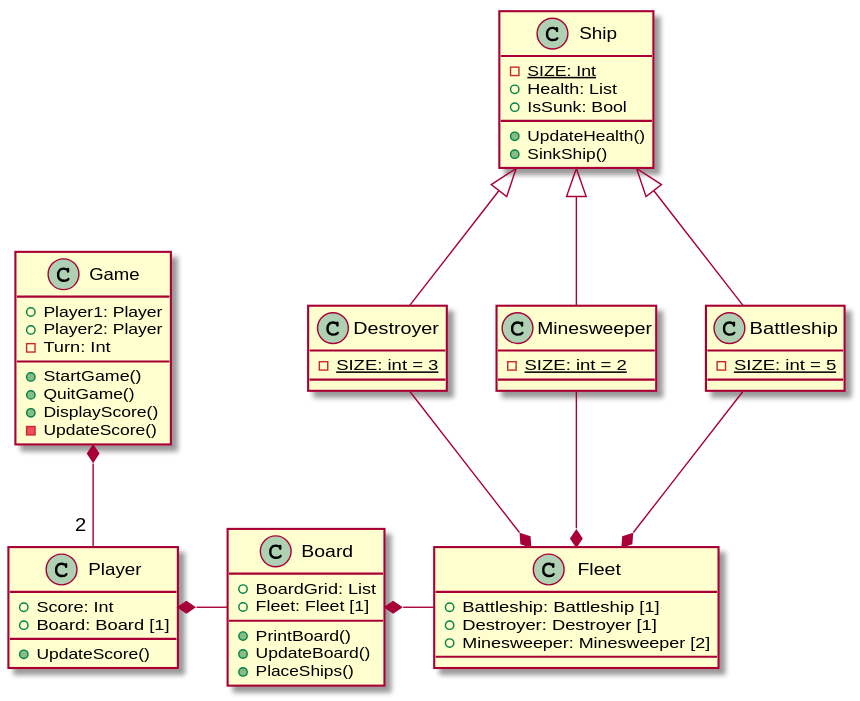
Before: out/BattleshipClass/BattleshipClass.svg, a diagram exported from PlantUML (GudjonIV/T-233-SRAD). The source it was exported from:
```plantuml
@startuml
class Game {
    +Player1: Player
    +Player2: Player
    -Turn: Int
    +StartGame()
    +QuitGame()
    +DisplayScore()
    -UpdateScore()
}

class Board {
    +BoardGrid: List
    +Fleet: Fleet [1]
    +PrintBoard()
    +UpdateBoard()
    +PlaceShips()
}

class Player {
    +Score: Int
    +Board: Board [1]
    +UpdateScore()
}

class Ship {
    -{static}SIZE: Int
    +Health: List
    +IsSunk: Bool
    +UpdateHealth()
    +SinkShip()
}

class Battleship {
    -{static}SIZE: int = 5
}

class Destroyer {
    -{static}SIZE: int = 3
}

class Minesweeper {
    -{static}SIZE: int = 2
}

class Fleet {
    + Battleship: Battleship [1]
    + Destroyer: Destroyer [1]
    + Minesweeper: Minesweeper [2]
}

Player "2 "-down-* Game
Board -right-* Player
Fleet -right-* Board

Battleship --* Fleet
Destroyer --* Fleet
Minesweeper --* Fleet

Battleship -up-|> Ship
Destroyer -up-|> Ship
Minesweeper -up-|> Ship
@enduml
```
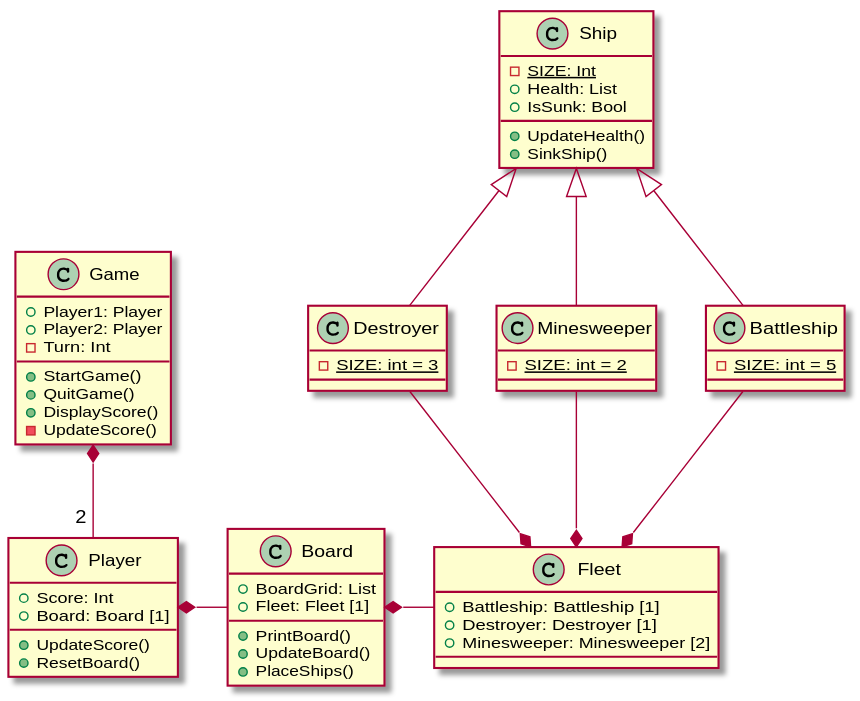
Later version of the same file.

Change to the diagram source:
```diff
@@ -21,6 +21,7 @@
     +Score: Int
     +Board: Board [1]
     +UpdateScore()
+    +ResetBoard()
 }
 
 class Ship {
```
